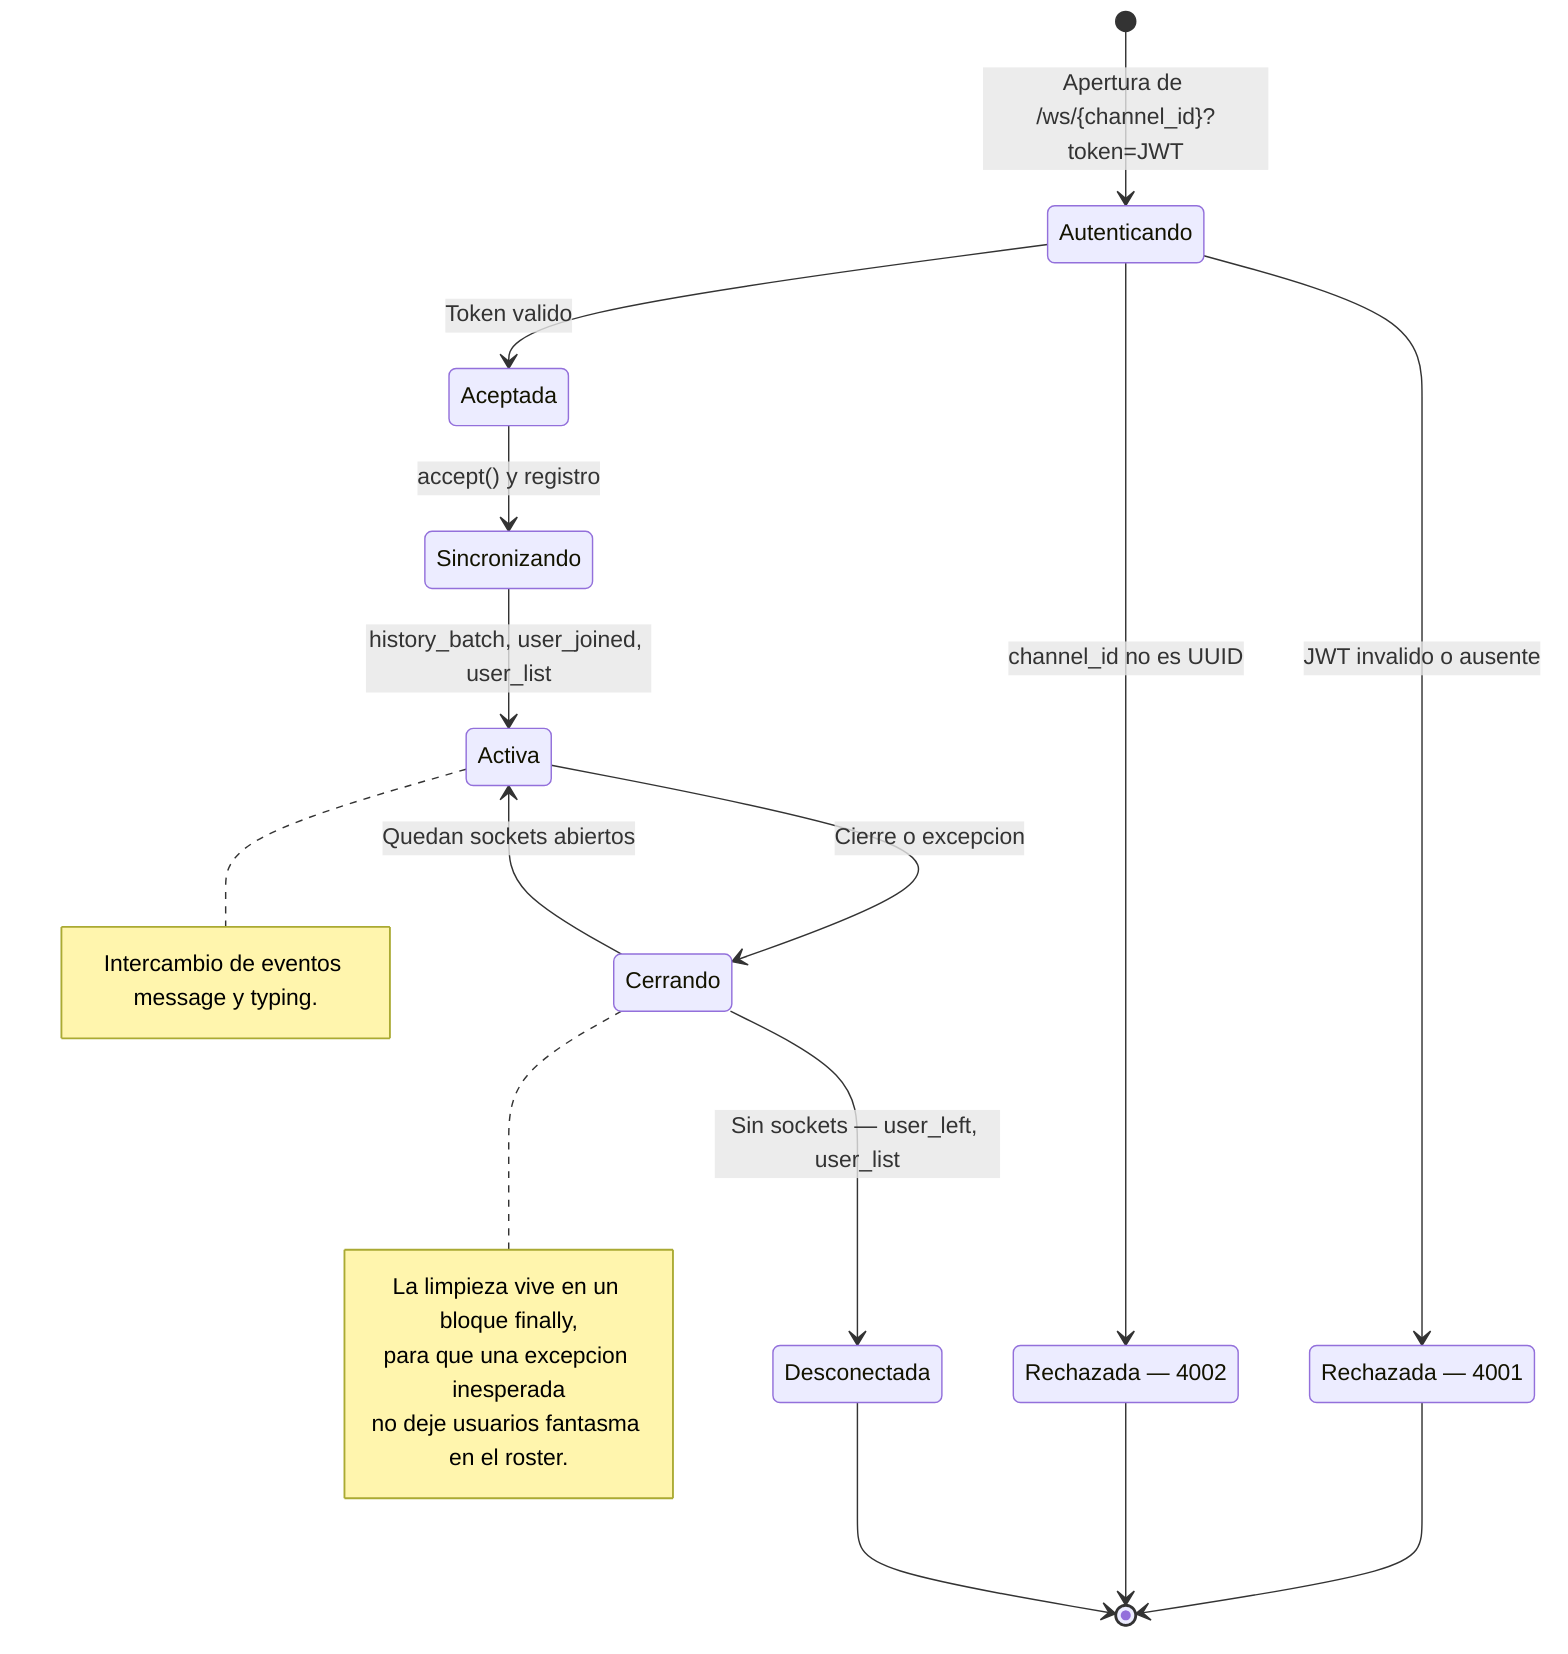
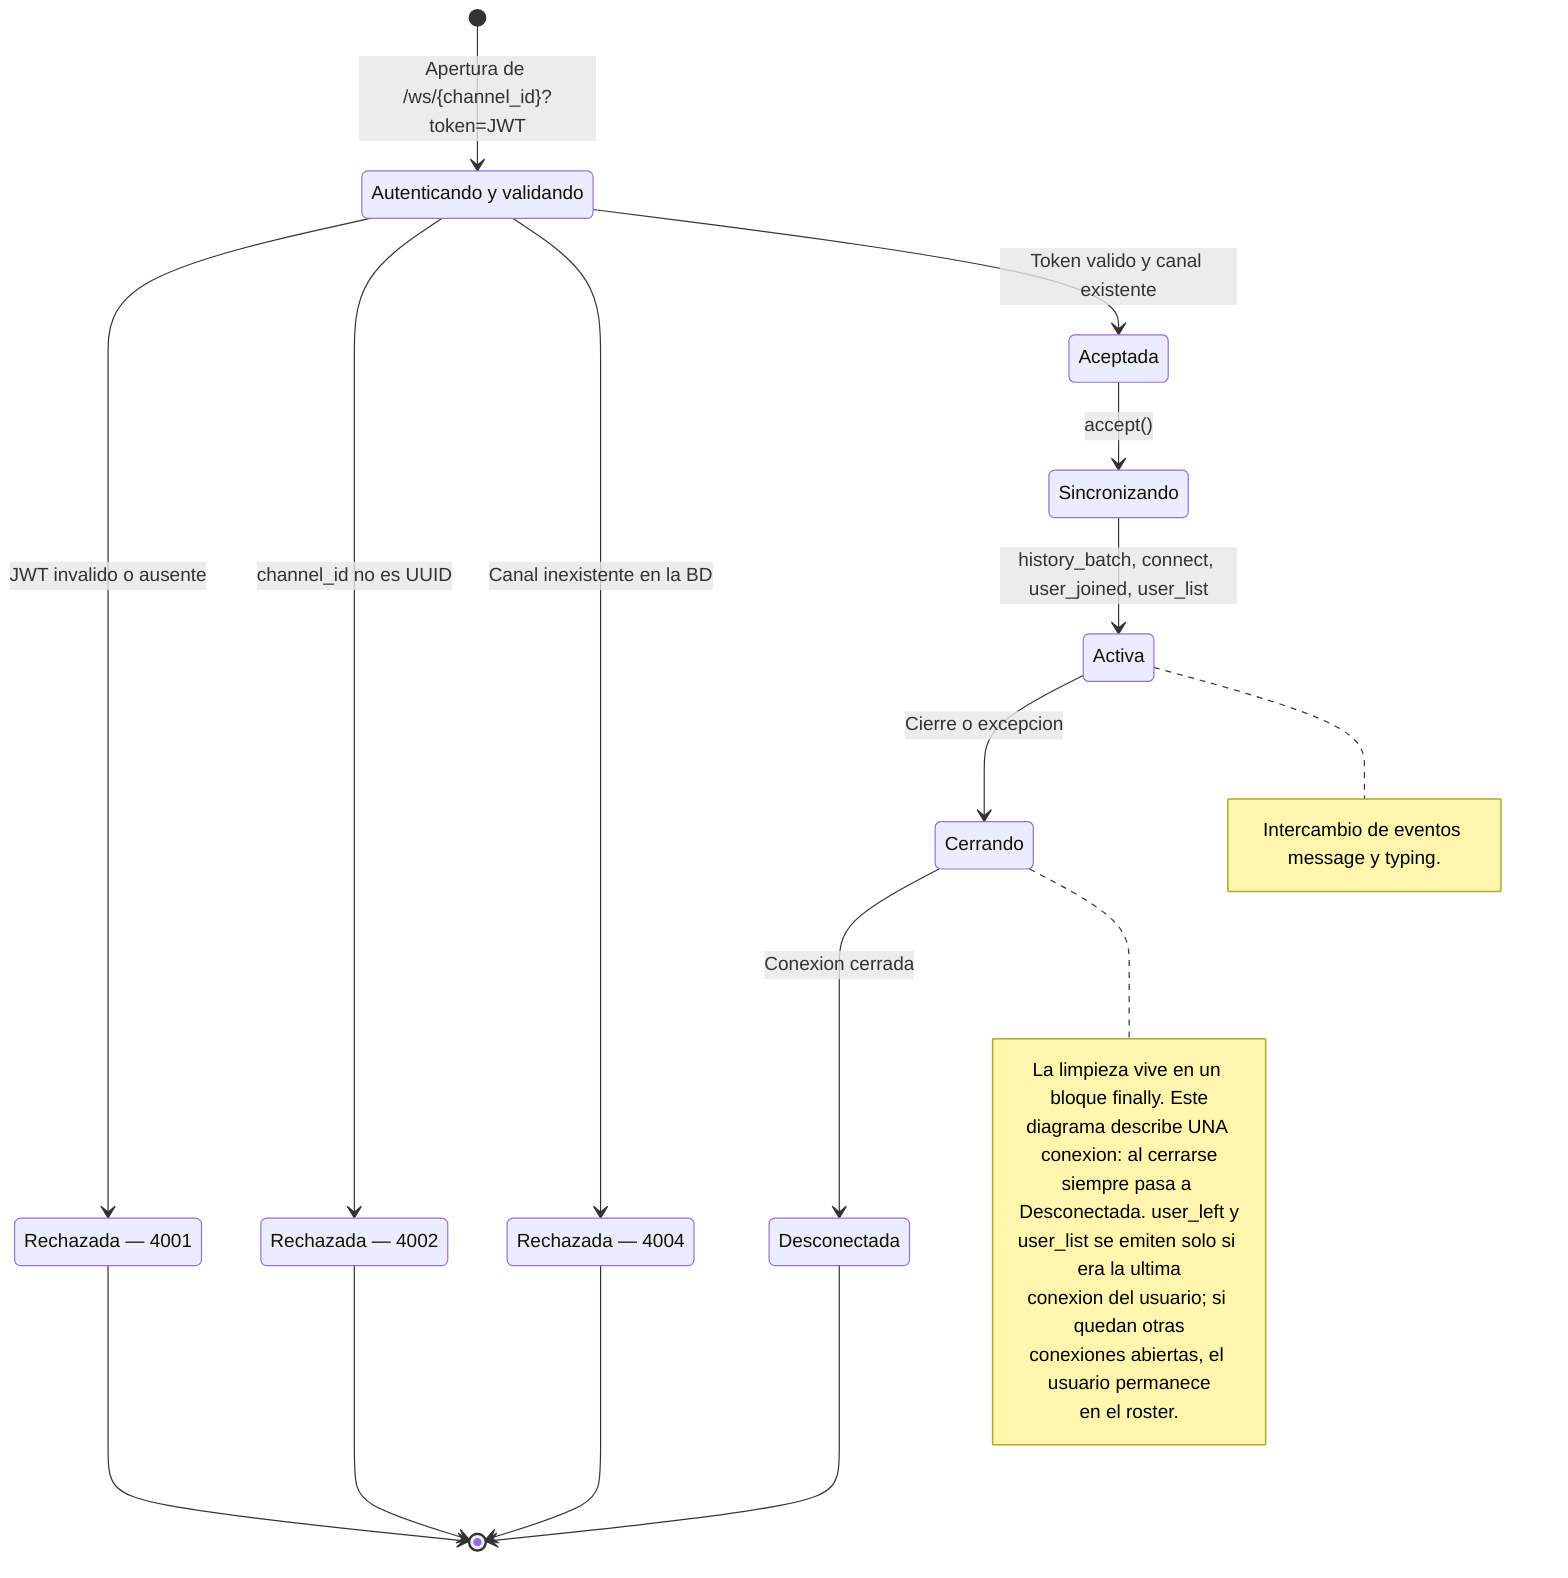
stateDiagram-v2
-     state "Autenticando" as auth
+     state "Autenticando y validando" as auth
    state "Rechazada — 4001" as r4001
    state "Rechazada — 4002" as r4002
+     state "Rechazada — 4004" as r4004
    state "Aceptada" as acc
    state "Sincronizando" as sync
    state "Activa" as act
    state "Cerrando" as close
    state "Desconectada" as off

    [*] --> auth: Apertura de /ws/{channel_id}?token=JWT

    auth --> r4001: JWT invalido o ausente
    auth --> r4002: channel_id no es UUID
-     auth --> acc: Token valido
+     auth --> r4004: Canal inexistente en la BD
+     auth --> acc: Token valido y canal existente

-     acc --> sync: accept() y registro
-     sync --> act: history_batch, user_joined, user_list
+     acc --> sync: accept()
+     sync --> act: history_batch, connect, user_joined, user_list

    act --> close: Cierre o excepcion
-     close --> act: Quedan sockets abiertos
-     close --> off: Sin sockets — user_left, user_list
+     close --> off: Conexion cerrada

    r4001 --> [*]
    r4002 --> [*]
+     r4004 --> [*]
    off --> [*]

    note right of act
        Intercambio de eventos message y typing.
    end note

    note right of close
-         La limpieza vive en un bloque finally,
-         para que una excepcion inesperada
-         no deje usuarios fantasma en el roster.
+         La limpieza vive en un bloque finally. Este
+         diagrama describe UNA conexion: al cerrarse
+         siempre pasa a Desconectada. user_left y
+         user_list se emiten solo si era la ultima
+         conexion del usuario; si quedan otras
+         conexiones abiertas, el usuario permanece
+         en el roster.
    end note
